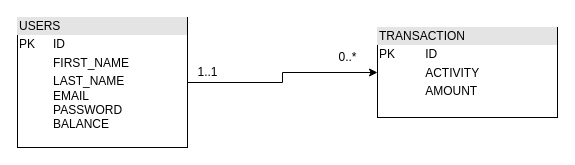
Above: assets/Banking App Database Design.drawio in gnikkoch96/Banking-Application (draw.io), before the change. Source tidied: cells renumbered, new cells numbered last; positions are measured from the earlier drawing's top-left corner, leaving out a move shared by most shapes. Both pictures are drawn from the tidied source at 100%, with x=0, y=0 at pixel (17, 17).
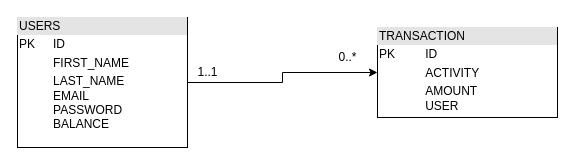
Above is the later version.

Commit message (it also covers changes not shown here):
included database

What changed in the source:
```diff
@@
 <mxGraphModel>
   <root>
     <mxCell id="0" />
     <mxCell id="1" parent="0" />
     <mxCell id="2" style="edgeStyle=orthogonalEdgeStyle;rounded=0;jettySize=auto;html=1;entryX=0;entryY=0.5;entryDx=0;entryDy=0;" parent="1" edge="1" source="3" target="4">
       <mxGeometry relative="1" as="geometry" />
     </mxCell>
     <mxCell id="3" value="&lt;div style=&quot;box-sizing: border-box ; width: 100% ; background: #e4e4e4 ; padding: 2px&quot;&gt;USERS&lt;/div&gt;&lt;table style=&quot;width: 100% ; font-size: 1em&quot; cellpadding=&quot;2&quot; cellspacing=&quot;0&quot;&gt;&lt;tbody&gt;&lt;tr&gt;&lt;td&gt;PK&lt;/td&gt;&lt;td&gt;ID&lt;/td&gt;&lt;/tr&gt;&lt;tr&gt;&lt;td&gt;&lt;br&gt;&lt;/td&gt;&lt;td&gt;FIRST_NAME&lt;/td&gt;&lt;/tr&gt;&lt;tr&gt;&lt;td&gt;&lt;/td&gt;&lt;td&gt;LAST_NAME&lt;br&gt;EMAIL&lt;br&gt;PASSWORD&lt;br&gt;BALANCE&lt;br&gt;&lt;br&gt;&lt;/td&gt;&lt;/tr&gt;&lt;/tbody&gt;&lt;/table&gt;" style="verticalAlign=top;align=left;overflow=fill;html=1;" parent="1" vertex="1">
       <mxGeometry width="170" height="130" as="geometry" />
     </mxCell>
-    <mxCell id="4" value="&lt;div style=&quot;box-sizing: border-box ; width: 100% ; background: #e4e4e4 ; padding: 2px&quot;&gt;TRANSACTION&lt;/div&gt;&lt;table style=&quot;width: 100% ; font-size: 1em&quot; cellpadding=&quot;2&quot; cellspacing=&quot;0&quot;&gt;&lt;tbody&gt;&lt;tr&gt;&lt;td&gt;PK&lt;/td&gt;&lt;td&gt;ID&lt;/td&gt;&lt;/tr&gt;&lt;tr&gt;&lt;td&gt;&lt;br&gt;&lt;/td&gt;&lt;td&gt;ACTIVITY&lt;/td&gt;&lt;/tr&gt;&lt;tr&gt;&lt;td&gt;&lt;/td&gt;&lt;td&gt;AMOUNT&lt;/td&gt;&lt;/tr&gt;&lt;/tbody&gt;&lt;/table&gt;" style="verticalAlign=top;align=left;overflow=fill;html=1;" parent="1" vertex="1">
+    <mxCell id="4" value="&lt;div style=&quot;box-sizing: border-box ; width: 100% ; background: rgb(228 , 228 , 228) ; padding: 2px&quot;&gt;TRANSACTION&lt;/div&gt;&lt;table style=&quot;width: 100% ; font-size: 1em&quot; cellpadding=&quot;2&quot; cellspacing=&quot;0&quot;&gt;&lt;tbody&gt;&lt;tr&gt;&lt;td&gt;PK&lt;/td&gt;&lt;td&gt;ID&lt;/td&gt;&lt;/tr&gt;&lt;tr&gt;&lt;td&gt;&lt;br&gt;&lt;/td&gt;&lt;td&gt;ACTIVITY&lt;/td&gt;&lt;/tr&gt;&lt;tr&gt;&lt;td&gt;&lt;/td&gt;&lt;td&gt;AMOUNT&lt;br&gt;USER&lt;/td&gt;&lt;/tr&gt;&lt;/tbody&gt;&lt;/table&gt;" style="verticalAlign=top;align=left;overflow=fill;html=1;" parent="1" vertex="1">
       <mxGeometry x="360" y="10" width="180" height="90" as="geometry" />
     </mxCell>
     <mxCell id="5" value="1..1" style="text;html=1;align=center;verticalAlign=middle;strokeColor=none;" parent="1" vertex="1">
       <mxGeometry x="170" y="45" width="40" height="20" as="geometry" />
     </mxCell>
     <mxCell id="6" value="0..*" style="text;html=1;align=center;verticalAlign=middle;strokeColor=none;" parent="1" vertex="1">
       <mxGeometry x="315" y="30" width="30" height="20" as="geometry" />
     </mxCell>
   </root>
 </mxGraphModel>
```
